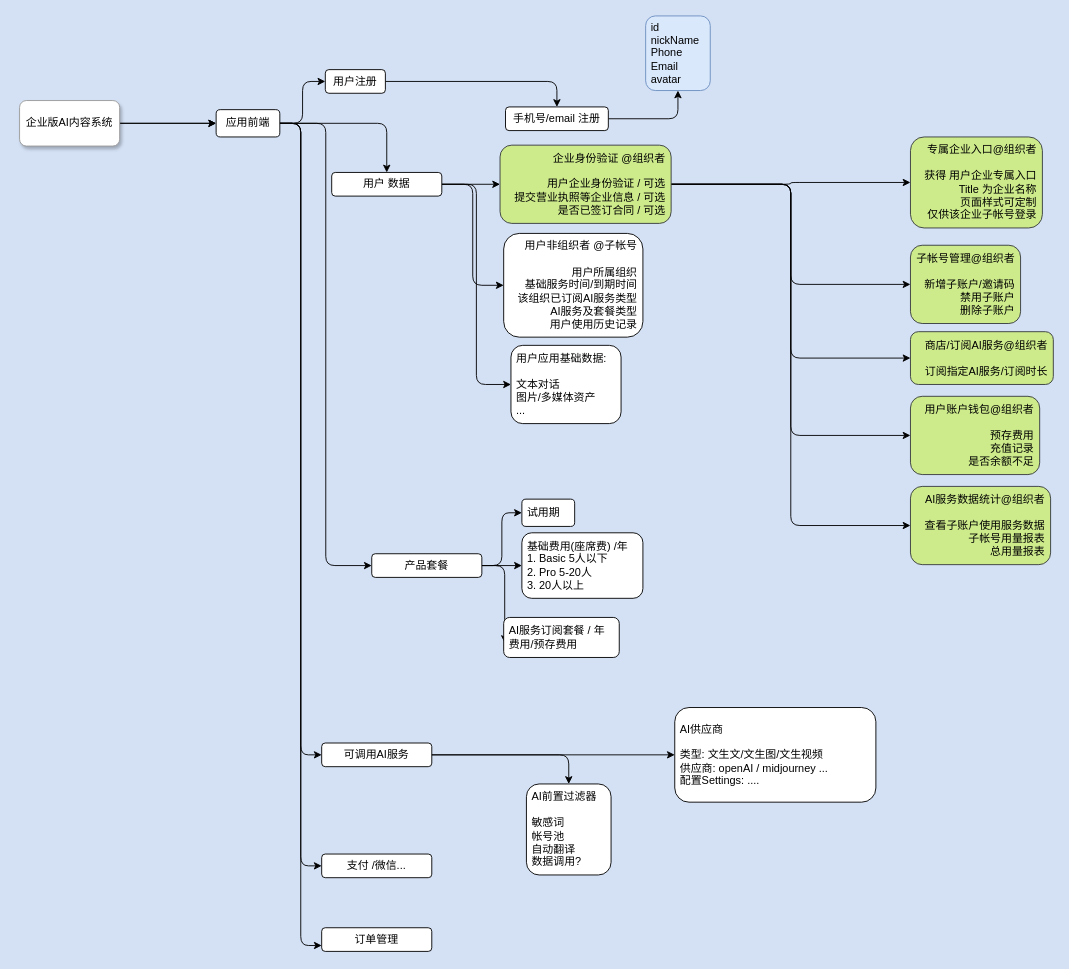
Above: 230828.drawio in 42atom/desgindata (draw.io), before the change. Source tidied: cells renumbered, new cells numbered last; positions are measured from the earlier drawing's top-left corner, leaving out a move shared by most shapes. Both pictures are drawn from the tidied source at 91%, with x=0, y=0 at pixel (19, 15).
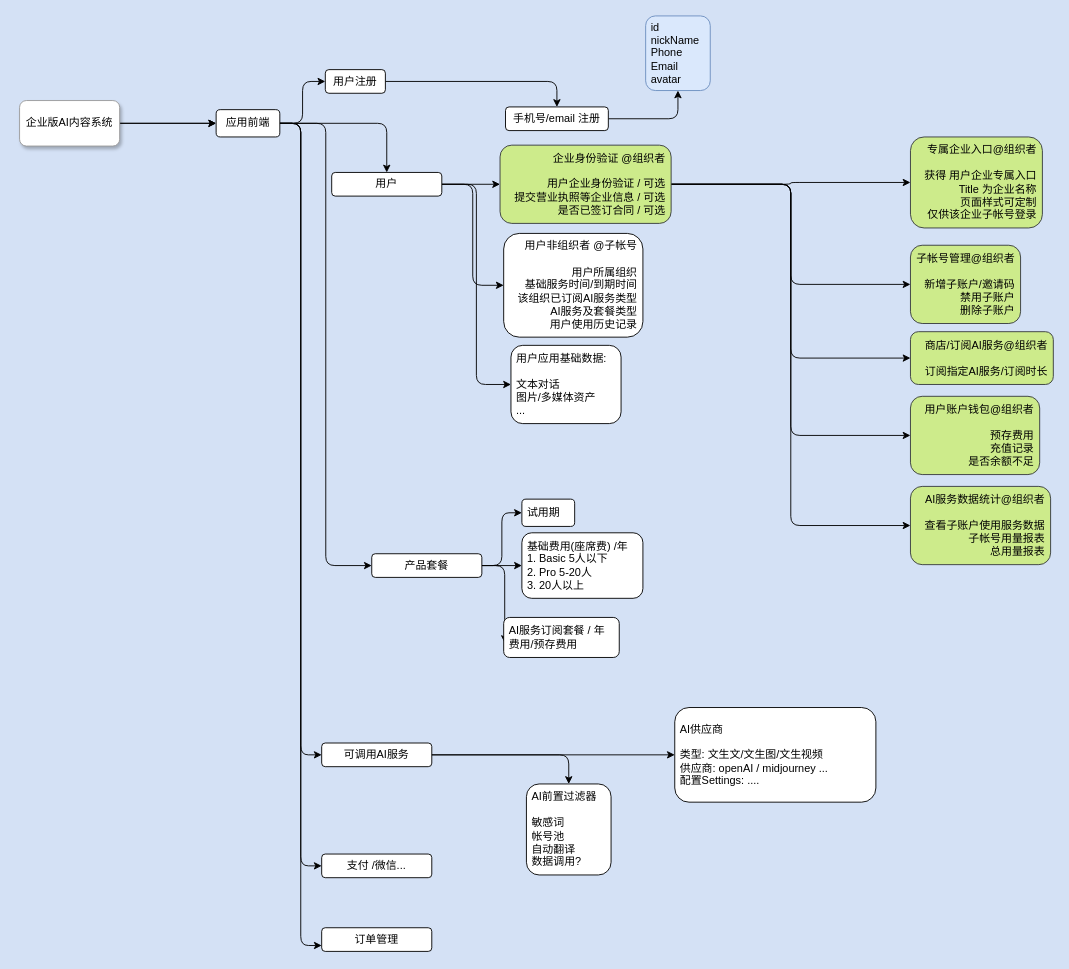
Above is the later version.

What changed in the source:
```diff
@@
-    <mxCell id="20" value="用户 数据" style="whiteSpace=wrap;html=1;rounded=1;spacingLeft=4;spacingBottom=4;spacingTop=4;spacingRight=4;" parent="1" vertex="1">
+    <mxCell id="20" value="用户" style="whiteSpace=wrap;html=1;rounded=1;spacingLeft=4;spacingBottom=4;spacingTop=4;spacingRight=4;" parent="1" vertex="1">
       <mxGeometry x="343" y="172" width="121" height="26" as="geometry" />
     </mxCell>
```
